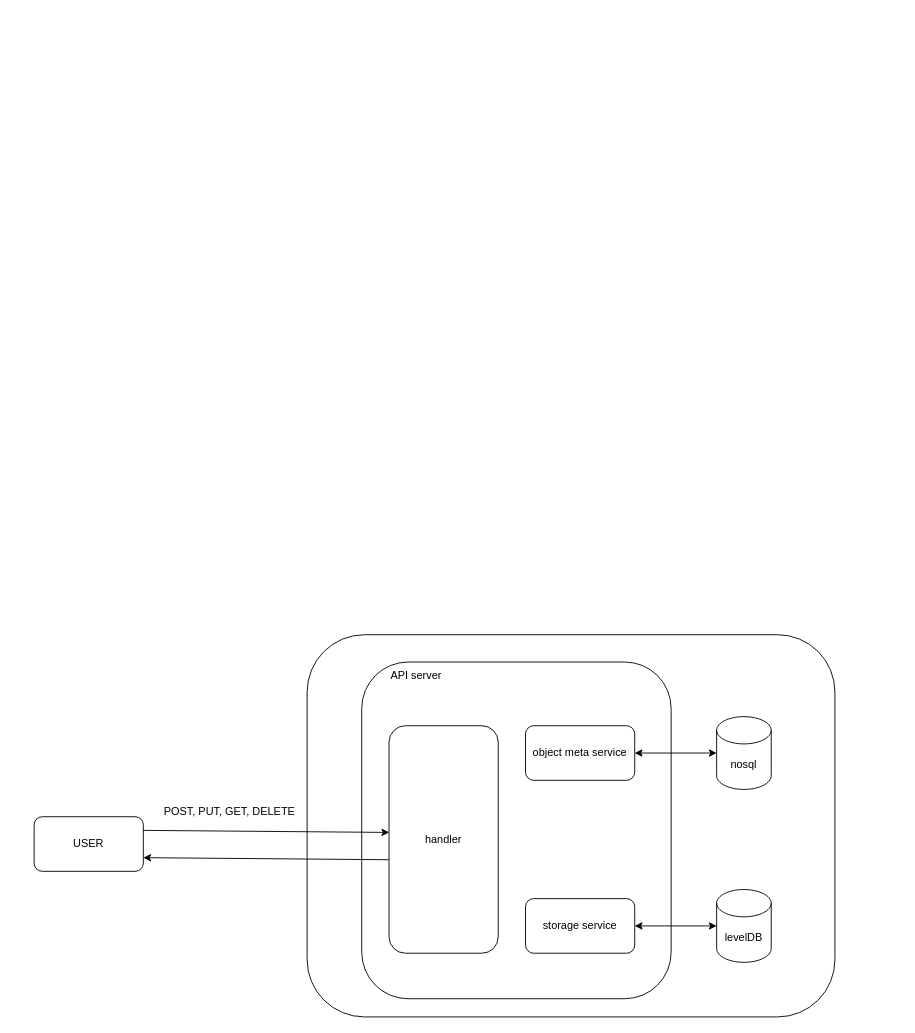
Above: page "Copy of architecture_v0" (1 of 3) of doc/doc.drawio in ISSuh/sos (draw.io), before the change. Source tidied: cells renumbered, new cells numbered last; positions are measured from the earlier drawing's top-left corner, leaving out a move shared by most shapes. Both pictures are drawn from the tidied source at 91%, with x=0, y=0 at pixel (34, 634).
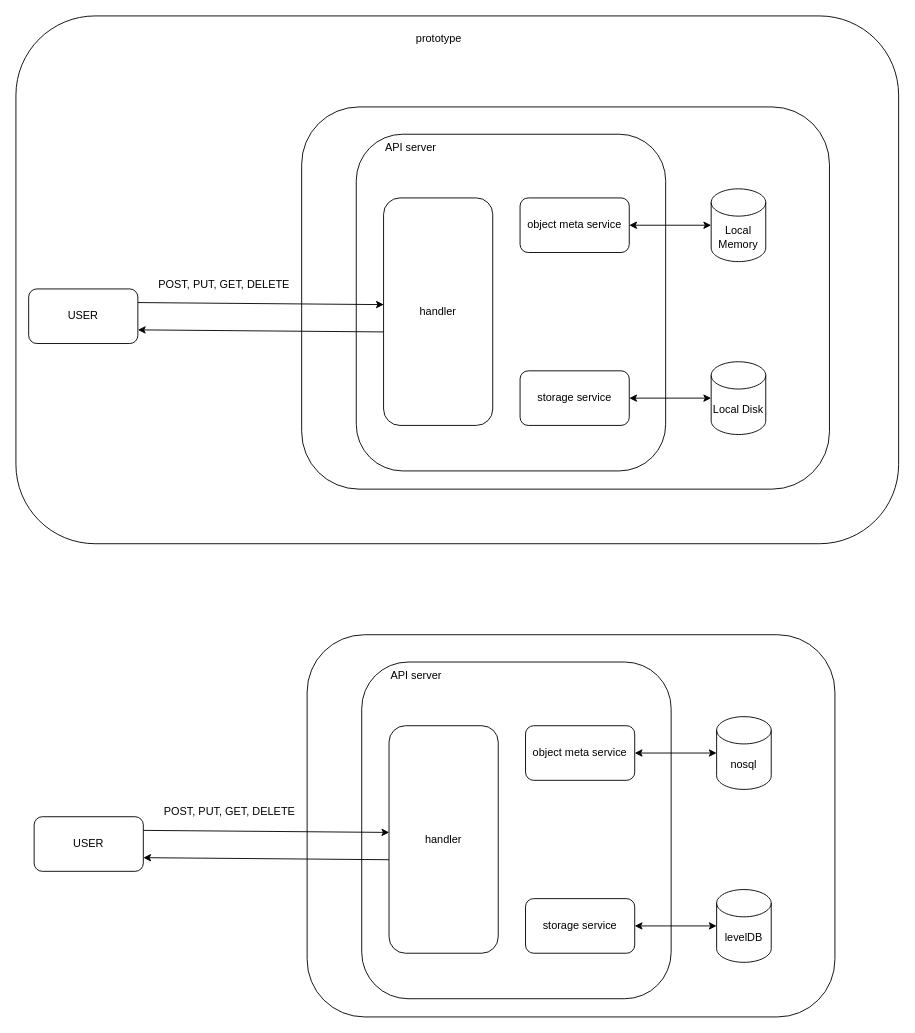
The same page after the edit.

Diff of the diagram source:
```diff
@@
+    <mxCell id="16" style="rounded=1;whiteSpace=wrap;html=1;" parent="1" vertex="1">
+      <mxGeometry x="-20" y="-680" width="970" height="580" as="geometry" />
+    </mxCell>
@@
+    <mxCell id="17" style="rounded=1;whiteSpace=wrap;html=1;" parent="1" vertex="1">
+      <mxGeometry x="294" y="-580" width="580" height="420" as="geometry" />
+    </mxCell>
+    <mxCell id="18" value="USER" style="rounded=1;whiteSpace=wrap;html=1;" parent="1" vertex="1">
+      <mxGeometry x="-6" y="-380" width="120" height="60" as="geometry" />
+    </mxCell>
+    <mxCell id="19" style="rounded=1;whiteSpace=wrap;html=1;" parent="1" vertex="1">
+      <mxGeometry x="354" y="-550" width="340" height="370" as="geometry" />
+    </mxCell>
+    <mxCell id="20" style="endArrow=classic;html=1;exitX=1;exitY=0.25;exitDx=0;exitDy=0;entryX=0.002;entryY=0.469;entryDx=0;entryDy=0;entryPerimeter=0;" parent="1" edge="1" source="18" target="30">
+      <mxGeometry relative="1" as="geometry" />
+    </mxCell>
+    <mxCell id="21" style="endArrow=classic;html=1;exitX=0;exitY=0.589;exitDx=0;exitDy=0;entryX=1;entryY=0.75;entryDx=0;entryDy=0;exitPerimeter=0;" parent="1" edge="1" source="30" target="18">
+      <mxGeometry relative="1" as="geometry" />
+    </mxCell>
+    <mxCell id="22" value="POST, PUT, GET, DELETE" style="text;html=1;strokeColor=none;fillColor=none;align=center;verticalAlign=middle;whiteSpace=wrap;rounded=0;" parent="1" vertex="1">
+      <mxGeometry x="124" y="-400" width="170" height="30" as="geometry" />
+    </mxCell>
+    <mxCell id="23" value="object meta service" style="rounded=1;whiteSpace=wrap;html=1;" parent="1" vertex="1">
+      <mxGeometry x="534" y="-480" width="120" height="60" as="geometry" />
+    </mxCell>
+    <mxCell id="24" value="storage service" style="rounded=1;whiteSpace=wrap;html=1;" parent="1" vertex="1">
+      <mxGeometry x="534" y="-290" width="120" height="60" as="geometry" />
+    </mxCell>
+    <mxCell id="25" value="Local&lt;br&gt;Memory" style="shape=cylinder3;whiteSpace=wrap;html=1;boundedLbl=1;backgroundOutline=1;size=15;" parent="1" vertex="1">
+      <mxGeometry x="744" y="-490" width="60" height="80" as="geometry" />
+    </mxCell>
+    <mxCell id="26" style="endArrow=classic;startArrow=classic;html=1;entryX=0;entryY=0.5;entryDx=0;entryDy=0;entryPerimeter=0;" parent="1" edge="1" source="23" target="25">
+      <mxGeometry relative="1" as="geometry" />
+    </mxCell>
+    <mxCell id="27" value="Local Disk" style="shape=cylinder3;whiteSpace=wrap;html=1;boundedLbl=1;backgroundOutline=1;size=15;" parent="1" vertex="1">
+      <mxGeometry x="744" y="-300" width="60" height="80" as="geometry" />
+    </mxCell>
+    <mxCell id="28" style="endArrow=classic;startArrow=classic;html=1;exitX=1;exitY=0.5;exitDx=0;exitDy=0;" parent="1" edge="1" source="24" target="27">
+      <mxGeometry relative="1" as="geometry" />
+    </mxCell>
+    <mxCell id="29" value="API server" style="text;html=1;strokeColor=none;fillColor=none;align=center;verticalAlign=middle;whiteSpace=wrap;rounded=0;" parent="1" vertex="1">
+      <mxGeometry x="364" y="-550" width="100" height="30" as="geometry" />
+    </mxCell>
+    <mxCell id="30" value="handler" style="rounded=1;whiteSpace=wrap;html=1;" parent="1" vertex="1">
+      <mxGeometry x="384" y="-480" width="120" height="250" as="geometry" />
+    </mxCell>
+    <mxCell id="31" value="prototype" style="text;html=1;strokeColor=none;fillColor=none;align=center;verticalAlign=middle;whiteSpace=wrap;rounded=0;" parent="1" vertex="1">
+      <mxGeometry x="360" y="-670" width="170" height="30" as="geometry" />
+    </mxCell>
```
